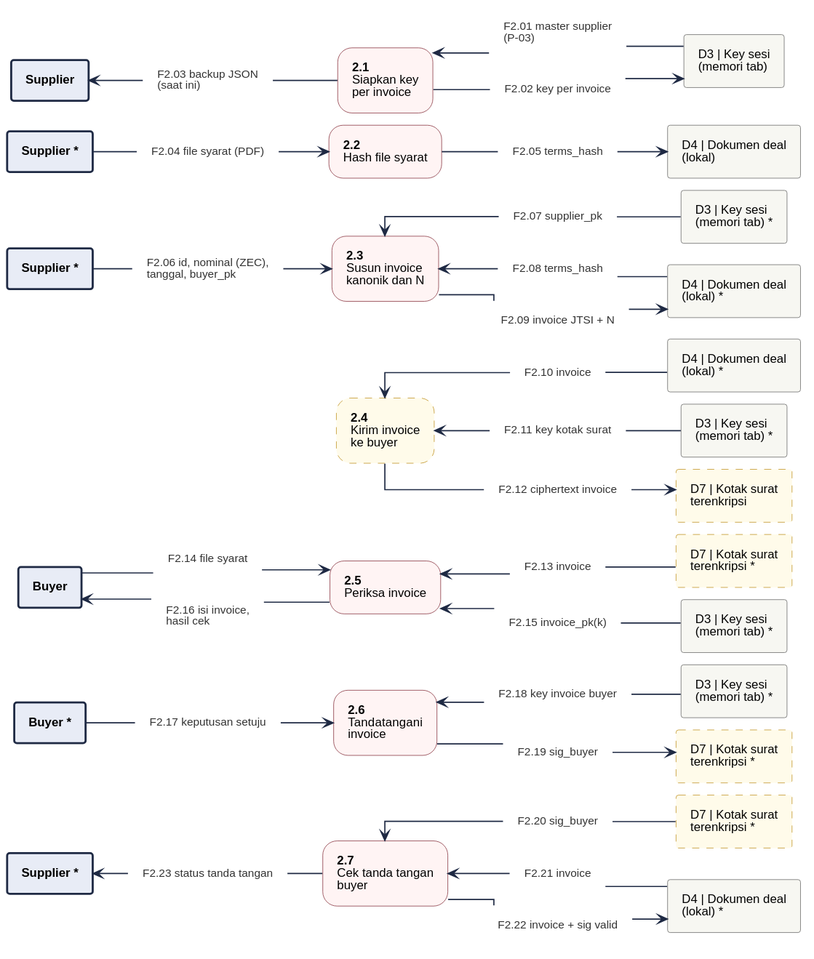
Earlier version of the PlantUML export 08-FlowDiagrams/assets/dfd-2-2.svg (JitsuinFi/jitsuinfi-vault). The source it was exported from:
```plantuml
@startuml
!include dfd-style.iuml
left to right direction
skinparam nodesep 12
skinparam ranksep 35
rectangle "Supplier *" <<entity>> as S_7
rectangle "D4 | Dokumen deal\n(lokal) *" <<store>> as D4_7
rectangle "D7 | Kotak surat\nterenkripsi *" <<storeproposal>> as D7_7
rectangle "D7 | Kotak surat\nterenkripsi *" <<storeproposal>> as D7_6
rectangle "D3 | Key sesi\n(memori tab) *" <<store>> as D3_6
rectangle "Buyer *" <<entity>> as B_6
rectangle "D3 | Key sesi\n(memori tab) *" <<store>> as D3_5
rectangle "Buyer" <<entity>> as B_5
rectangle "D7 | Kotak surat\nterenkripsi *" <<storeproposal>> as D7_5
rectangle "D7 | Kotak surat\nterenkripsi" <<storeproposal>> as D7_4
rectangle "D3 | Key sesi\n(memori tab) *" <<store>> as D3_4
rectangle "D4 | Dokumen deal\n(lokal) *" <<store>> as D4_4
rectangle "D4 | Dokumen deal\n(lokal) *" <<store>> as D4_3
rectangle "D3 | Key sesi\n(memori tab) *" <<store>> as D3_3
rectangle "Supplier *" <<entity>> as S_3
rectangle "D4 | Dokumen deal\n(lokal)" <<store>> as D4_2
rectangle "Supplier *" <<entity>> as S_2
rectangle "Supplier" <<entity>> as S_1
rectangle "D3 | Key sesi\n(memori tab)" <<store>> as D3_1
rectangle "**2.7**\nCek tanda tangan\nbuyer" <<process>> as P7
rectangle "**2.6**\nTandatangani\ninvoice" <<process>> as P6
rectangle "**2.5**\nPeriksa invoice" <<process>> as P5
rectangle "**2.4**\nKirim invoice\nke buyer" <<proposal>> as P4
rectangle "**2.3**\nSusun invoice\nkanonik dan N" <<process>> as P3
rectangle "**2.2**\nHash file syarat" <<process>> as P2
rectangle "**2.1**\nSiapkan key\nper invoice" <<process>> as P1
rectangle "F2.01 master supplier\n(P-03)" <<flow>> as f_F2_01
rectangle "F2.02 key per invoice" <<flow>> as f_F2_02
rectangle "F2.03 backup JSON\n(saat ini)" <<flow>> as f_F2_03
rectangle "F2.04 file syarat (PDF)" <<flow>> as f_F2_04
rectangle "F2.05 terms_hash" <<flow>> as f_F2_05
rectangle "F2.06 id, nominal (ZEC),\ntanggal, buyer_pk" <<flow>> as f_F2_06
rectangle "F2.07 supplier_pk" <<flow>> as f_F2_07
rectangle "F2.08 terms_hash" <<flow>> as f_F2_08
rectangle "F2.09 invoice JTSI + N" <<flow>> as f_F2_09
rectangle "F2.10 invoice" <<flow>> as f_F2_10
rectangle "F2.11 key kotak surat" <<flow>> as f_F2_11
rectangle "F2.12 ciphertext invoice" <<flow>> as f_F2_12
rectangle "F2.13 invoice" <<flow>> as f_F2_13
rectangle "F2.14 file syarat" <<flow>> as f_F2_14
rectangle "F2.15 invoice_pk(k)" <<flow>> as f_F2_15
rectangle "F2.16 isi invoice,\nhasil cek" <<flow>> as f_F2_16
rectangle "F2.17 keputusan setuju" <<flow>> as f_F2_17
rectangle "F2.18 key invoice buyer" <<flow>> as f_F2_18
rectangle "F2.19 sig_buyer" <<flow>> as f_F2_19
rectangle "F2.20 sig_buyer" <<flow>> as f_F2_20
rectangle "F2.21 invoice" <<flow>> as f_F2_21
rectangle "F2.22 invoice + sig valid" <<flow>> as f_F2_22
rectangle "F2.23 status tanda tangan" <<flow>> as f_F2_23
P1 <-- f_F2_01
f_F2_01 -- D3_1
P1 -- f_F2_02
f_F2_02 --> D3_1
S_1 <-- f_F2_03
f_F2_03 -- P1
S_2 -- f_F2_04
f_F2_04 --> P2
P2 -- f_F2_05
f_F2_05 --> D4_2
S_3 -- f_F2_06
f_F2_06 --> P3
P3 <-- f_F2_07
f_F2_07 -- D3_3
P3 <-- f_F2_08
f_F2_08 -- D4_3
P3 -- f_F2_09
f_F2_09 --> D4_3
P4 <-- f_F2_10
f_F2_10 -- D4_4
P4 <-- f_F2_11
f_F2_11 -- D3_4
P4 -- f_F2_12
f_F2_12 --> D7_4
P5 <-- f_F2_13
f_F2_13 -- D7_5
B_5 -- f_F2_14
f_F2_14 --> P5
P5 <-- f_F2_15
f_F2_15 -- D3_5
B_5 <-- f_F2_16
f_F2_16 -- P5
B_6 -- f_F2_17
f_F2_17 --> P6
P6 <-- f_F2_18
f_F2_18 -- D3_6
P6 -- f_F2_19
f_F2_19 --> D7_6
P7 <-- f_F2_20
f_F2_20 -- D7_7
P7 <-- f_F2_21
f_F2_21 -- D4_7
P7 -- f_F2_22
f_F2_22 --> D4_7
S_7 <-- f_F2_23
f_F2_23 -- P7
rectangle " " <<spacer>> as sp_P4_a
rectangle " " <<spacer>> as sp_P4_b
sp_P4_a -[hidden]- sp_P4_b
sp_P4_b -[hidden]- P4
@enduml
```
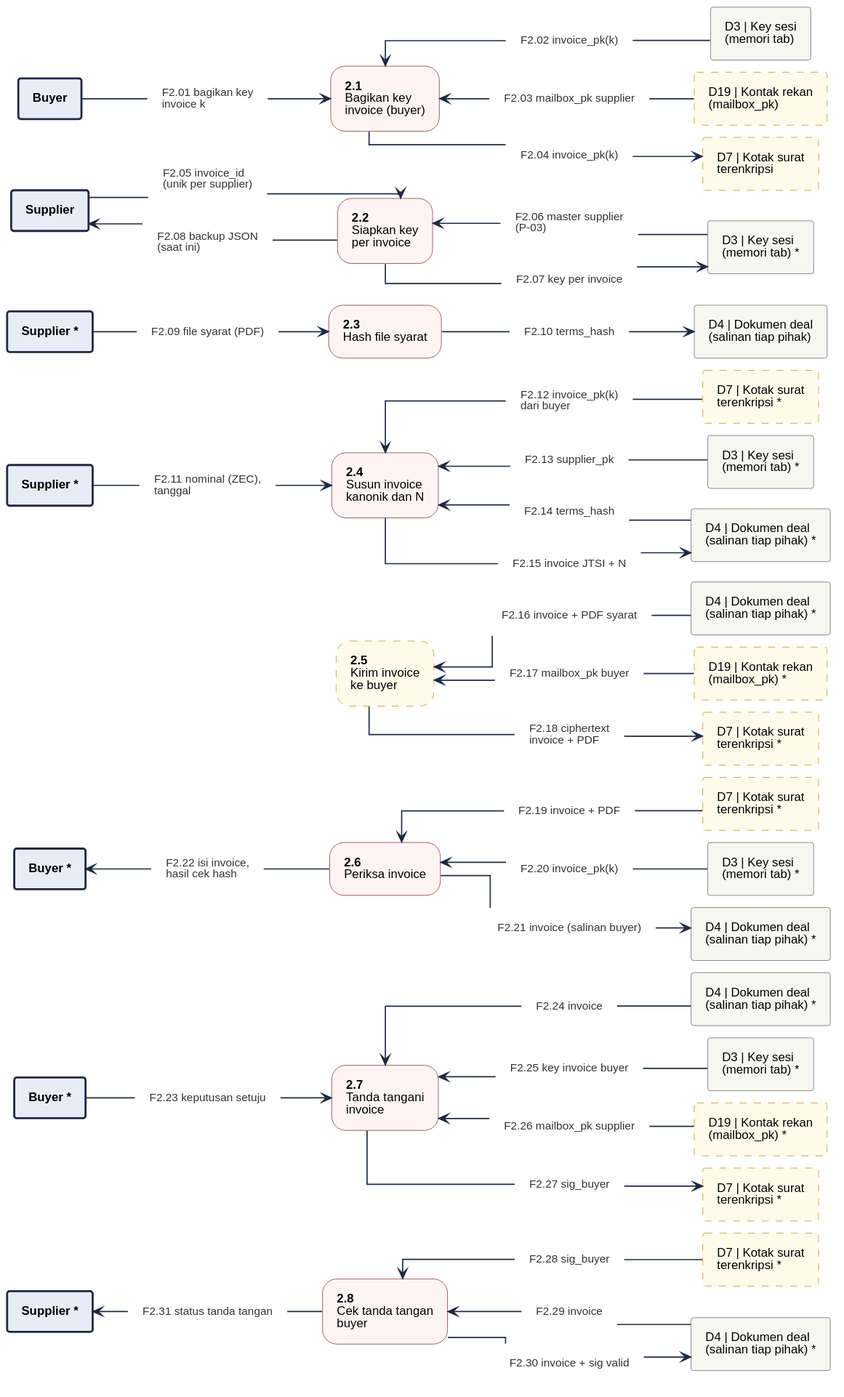
The same file after the commit.

The edit, as a diff of the source:
```diff
@@ -3,103 +3,136 @@
 left to right direction
 skinparam nodesep 12
 skinparam ranksep 35
-rectangle "Supplier *" <<entity>> as S_7
-rectangle "D4 | Dokumen deal\n(lokal) *" <<store>> as D4_7
+rectangle "Supplier *" <<entity>> as S_8
+rectangle "D4 | Dokumen deal\n(salinan tiap pihak) *" <<store>> as D4_8
+rectangle "D7 | Kotak surat\nterenkripsi *" <<storeproposal>> as D7_8
 rectangle "D7 | Kotak surat\nterenkripsi *" <<storeproposal>> as D7_7
+rectangle "D19 | Kontak rekan\n(mailbox_pk) *" <<storeproposal>> as D19_7
+rectangle "D3 | Key sesi\n(memori tab) *" <<store>> as D3_7
+rectangle "D4 | Dokumen deal\n(salinan tiap pihak) *" <<store>> as D4_7
+rectangle "Buyer *" <<entity>> as B_7
+rectangle "Buyer *" <<entity>> as B_6
+rectangle "D4 | Dokumen deal\n(salinan tiap pihak) *" <<store>> as D4_6
+rectangle "D3 | Key sesi\n(memori tab) *" <<store>> as D3_6
 rectangle "D7 | Kotak surat\nterenkripsi *" <<storeproposal>> as D7_6
-rectangle "D3 | Key sesi\n(memori tab) *" <<store>> as D3_6
-rectangle "Buyer *" <<entity>> as B_6
-rectangle "D3 | Key sesi\n(memori tab) *" <<store>> as D3_5
-rectangle "Buyer" <<entity>> as B_5
 rectangle "D7 | Kotak surat\nterenkripsi *" <<storeproposal>> as D7_5
-rectangle "D7 | Kotak surat\nterenkripsi" <<storeproposal>> as D7_4
+rectangle "D19 | Kontak rekan\n(mailbox_pk) *" <<storeproposal>> as D19_5
+rectangle "D4 | Dokumen deal\n(salinan tiap pihak) *" <<store>> as D4_5
+rectangle "D4 | Dokumen deal\n(salinan tiap pihak) *" <<store>> as D4_4
 rectangle "D3 | Key sesi\n(memori tab) *" <<store>> as D3_4
-rectangle "D4 | Dokumen deal\n(lokal) *" <<store>> as D4_4
-rectangle "D4 | Dokumen deal\n(lokal) *" <<store>> as D4_3
-rectangle "D3 | Key sesi\n(memori tab) *" <<store>> as D3_3
+rectangle "D7 | Kotak surat\nterenkripsi *" <<storeproposal>> as D7_4
+rectangle "Supplier *" <<entity>> as S_4
+rectangle "D4 | Dokumen deal\n(salinan tiap pihak)" <<store>> as D4_3
 rectangle "Supplier *" <<entity>> as S_3
-rectangle "D4 | Dokumen deal\n(lokal)" <<store>> as D4_2
-rectangle "Supplier *" <<entity>> as S_2
-rectangle "Supplier" <<entity>> as S_1
+rectangle "D3 | Key sesi\n(memori tab) *" <<store>> as D3_2
+rectangle "Supplier" <<entity>> as S_2
+rectangle "D7 | Kotak surat\nterenkripsi" <<storeproposal>> as D7_1
+rectangle "D19 | Kontak rekan\n(mailbox_pk)" <<storeproposal>> as D19_1
 rectangle "D3 | Key sesi\n(memori tab)" <<store>> as D3_1
-rectangle "**2.7**\nCek tanda tangan\nbuyer" <<process>> as P7
-rectangle "**2.6**\nTandatangani\ninvoice" <<process>> as P6
-rectangle "**2.5**\nPeriksa invoice" <<process>> as P5
-rectangle "**2.4**\nKirim invoice\nke buyer" <<proposal>> as P4
-rectangle "**2.3**\nSusun invoice\nkanonik dan N" <<process>> as P3
-rectangle "**2.2**\nHash file syarat" <<process>> as P2
-rectangle "**2.1**\nSiapkan key\nper invoice" <<process>> as P1
-rectangle "F2.01 master supplier\n(P-03)" <<flow>> as f_F2_01
-rectangle "F2.02 key per invoice" <<flow>> as f_F2_02
-rectangle "F2.03 backup JSON\n(saat ini)" <<flow>> as f_F2_03
-rectangle "F2.04 file syarat (PDF)" <<flow>> as f_F2_04
-rectangle "F2.05 terms_hash" <<flow>> as f_F2_05
-rectangle "F2.06 id, nominal (ZEC),\ntanggal, buyer_pk" <<flow>> as f_F2_06
-rectangle "F2.07 supplier_pk" <<flow>> as f_F2_07
-rectangle "F2.08 terms_hash" <<flow>> as f_F2_08
-rectangle "F2.09 invoice JTSI + N" <<flow>> as f_F2_09
-rectangle "F2.10 invoice" <<flow>> as f_F2_10
-rectangle "F2.11 key kotak surat" <<flow>> as f_F2_11
-rectangle "F2.12 ciphertext invoice" <<flow>> as f_F2_12
-rectangle "F2.13 invoice" <<flow>> as f_F2_13
-rectangle "F2.14 file syarat" <<flow>> as f_F2_14
-rectangle "F2.15 invoice_pk(k)" <<flow>> as f_F2_15
-rectangle "F2.16 isi invoice,\nhasil cek" <<flow>> as f_F2_16
-rectangle "F2.17 keputusan setuju" <<flow>> as f_F2_17
-rectangle "F2.18 key invoice buyer" <<flow>> as f_F2_18
-rectangle "F2.19 sig_buyer" <<flow>> as f_F2_19
-rectangle "F2.20 sig_buyer" <<flow>> as f_F2_20
-rectangle "F2.21 invoice" <<flow>> as f_F2_21
-rectangle "F2.22 invoice + sig valid" <<flow>> as f_F2_22
-rectangle "F2.23 status tanda tangan" <<flow>> as f_F2_23
-P1 <-- f_F2_01
-f_F2_01 -- D3_1
-P1 -- f_F2_02
-f_F2_02 --> D3_1
-S_1 <-- f_F2_03
-f_F2_03 -- P1
-S_2 -- f_F2_04
-f_F2_04 --> P2
-P2 -- f_F2_05
-f_F2_05 --> D4_2
-S_3 -- f_F2_06
-f_F2_06 --> P3
-P3 <-- f_F2_07
-f_F2_07 -- D3_3
-P3 <-- f_F2_08
-f_F2_08 -- D4_3
-P3 -- f_F2_09
-f_F2_09 --> D4_3
-P4 <-- f_F2_10
-f_F2_10 -- D4_4
-P4 <-- f_F2_11
-f_F2_11 -- D3_4
-P4 -- f_F2_12
-f_F2_12 --> D7_4
-P5 <-- f_F2_13
-f_F2_13 -- D7_5
-B_5 -- f_F2_14
-f_F2_14 --> P5
-P5 <-- f_F2_15
-f_F2_15 -- D3_5
-B_5 <-- f_F2_16
-f_F2_16 -- P5
-B_6 -- f_F2_17
-f_F2_17 --> P6
-P6 <-- f_F2_18
-f_F2_18 -- D3_6
-P6 -- f_F2_19
-f_F2_19 --> D7_6
-P7 <-- f_F2_20
-f_F2_20 -- D7_7
-P7 <-- f_F2_21
-f_F2_21 -- D4_7
-P7 -- f_F2_22
-f_F2_22 --> D4_7
-S_7 <-- f_F2_23
-f_F2_23 -- P7
-rectangle " " <<spacer>> as sp_P4_a
-rectangle " " <<spacer>> as sp_P4_b
-sp_P4_a -[hidden]- sp_P4_b
-sp_P4_b -[hidden]- P4
+rectangle "Buyer" <<entity>> as B_1
+rectangle "**2.8**\nCek tanda tangan\nbuyer" <<process>> as P8
+rectangle "**2.7**\nTanda tangani\ninvoice" <<process>> as P7
+rectangle "**2.6**\nPeriksa invoice" <<process>> as P6
+rectangle "**2.5**\nKirim invoice\nke buyer" <<proposal>> as P5
+rectangle "**2.4**\nSusun invoice\nkanonik dan N" <<process>> as P4
+rectangle "**2.3**\nHash file syarat" <<process>> as P3
+rectangle "**2.2**\nSiapkan key\nper invoice" <<process>> as P2
+rectangle "**2.1**\nBagikan key\ninvoice (buyer)" <<process>> as P1
+rectangle "F2.01 bagikan key\ninvoice k" <<flow>> as f_F2_01
+rectangle "F2.02 invoice_pk(k)" <<flow>> as f_F2_02
+rectangle "F2.03 mailbox_pk supplier" <<flow>> as f_F2_03
+rectangle "F2.04 invoice_pk(k)" <<flow>> as f_F2_04
+rectangle "F2.05 invoice_id\n(unik per supplier)" <<flow>> as f_F2_05
+rectangle "F2.06 master supplier\n(P-03)" <<flow>> as f_F2_06
+rectangle "F2.07 key per invoice" <<flow>> as f_F2_07
+rectangle "F2.08 backup JSON\n(saat ini)" <<flow>> as f_F2_08
+rectangle "F2.09 file syarat (PDF)" <<flow>> as f_F2_09
+rectangle "F2.10 terms_hash" <<flow>> as f_F2_10
+rectangle "F2.11 nominal (ZEC),\ntanggal" <<flow>> as f_F2_11
+rectangle "F2.12 invoice_pk(k)\ndari buyer" <<flow>> as f_F2_12
+rectangle "F2.13 supplier_pk" <<flow>> as f_F2_13
+rectangle "F2.14 terms_hash" <<flow>> as f_F2_14
+rectangle "F2.15 invoice JTSI + N" <<flow>> as f_F2_15
+rectangle "F2.16 invoice + PDF syarat" <<flow>> as f_F2_16
+rectangle "F2.17 mailbox_pk buyer" <<flow>> as f_F2_17
+rectangle "F2.18 ciphertext\ninvoice + PDF" <<flow>> as f_F2_18
+rectangle "F2.19 invoice + PDF" <<flow>> as f_F2_19
+rectangle "F2.20 invoice_pk(k)" <<flow>> as f_F2_20
+rectangle "F2.21 invoice (salinan buyer)" <<flow>> as f_F2_21
+rectangle "F2.22 isi invoice,\nhasil cek hash" <<flow>> as f_F2_22
+rectangle "F2.23 keputusan setuju" <<flow>> as f_F2_23
+rectangle "F2.24 invoice" <<flow>> as f_F2_24
+rectangle "F2.25 key invoice buyer" <<flow>> as f_F2_25
+rectangle "F2.26 mailbox_pk supplier" <<flow>> as f_F2_26
+rectangle "F2.27 sig_buyer" <<flow>> as f_F2_27
+rectangle "F2.28 sig_buyer" <<flow>> as f_F2_28
+rectangle "F2.29 invoice" <<flow>> as f_F2_29
+rectangle "F2.30 invoice + sig valid" <<flow>> as f_F2_30
+rectangle "F2.31 status tanda tangan" <<flow>> as f_F2_31
+B_1 -- f_F2_01
+f_F2_01 --> P1
+P1 <-- f_F2_02
+f_F2_02 -- D3_1
+P1 <-- f_F2_03
+f_F2_03 -- D19_1
+P1 -- f_F2_04
+f_F2_04 --> D7_1
+S_2 -- f_F2_05
+f_F2_05 --> P2
+P2 <-- f_F2_06
+f_F2_06 -- D3_2
+P2 -- f_F2_07
+f_F2_07 --> D3_2
+S_2 <-- f_F2_08
+f_F2_08 -- P2
+S_3 -- f_F2_09
+f_F2_09 --> P3
+P3 -- f_F2_10
+f_F2_10 --> D4_3
+S_4 -- f_F2_11
+f_F2_11 --> P4
+P4 <-- f_F2_12
+f_F2_12 -- D7_4
+P4 <-- f_F2_13
+f_F2_13 -- D3_4
+P4 <-- f_F2_14
+f_F2_14 -- D4_4
+P4 -- f_F2_15
+f_F2_15 --> D4_4
+P5 <-- f_F2_16
+f_F2_16 -- D4_5
+P5 <-- f_F2_17
+f_F2_17 -- D19_5
+P5 -- f_F2_18
+f_F2_18 --> D7_5
+P6 <-- f_F2_19
+f_F2_19 -- D7_6
+P6 <-- f_F2_20
+f_F2_20 -- D3_6
+P6 -- f_F2_21
+f_F2_21 --> D4_6
+B_6 <-- f_F2_22
+f_F2_22 -- P6
+B_7 -- f_F2_23
+f_F2_23 --> P7
+P7 <-- f_F2_24
+f_F2_24 -- D4_7
+P7 <-- f_F2_25
+f_F2_25 -- D3_7
+P7 <-- f_F2_26
+f_F2_26 -- D19_7
+P7 -- f_F2_27
+f_F2_27 --> D7_7
+P8 <-- f_F2_28
+f_F2_28 -- D7_8
+P8 <-- f_F2_29
+f_F2_29 -- D4_8
+P8 -- f_F2_30
+f_F2_30 --> D4_8
+S_8 <-- f_F2_31
+f_F2_31 -- P8
+rectangle " " <<spacer>> as sp_P5_a
+rectangle " " <<spacer>> as sp_P5_b
+sp_P5_a -[hidden]- sp_P5_b
+sp_P5_b -[hidden]- P5
 @enduml
```
